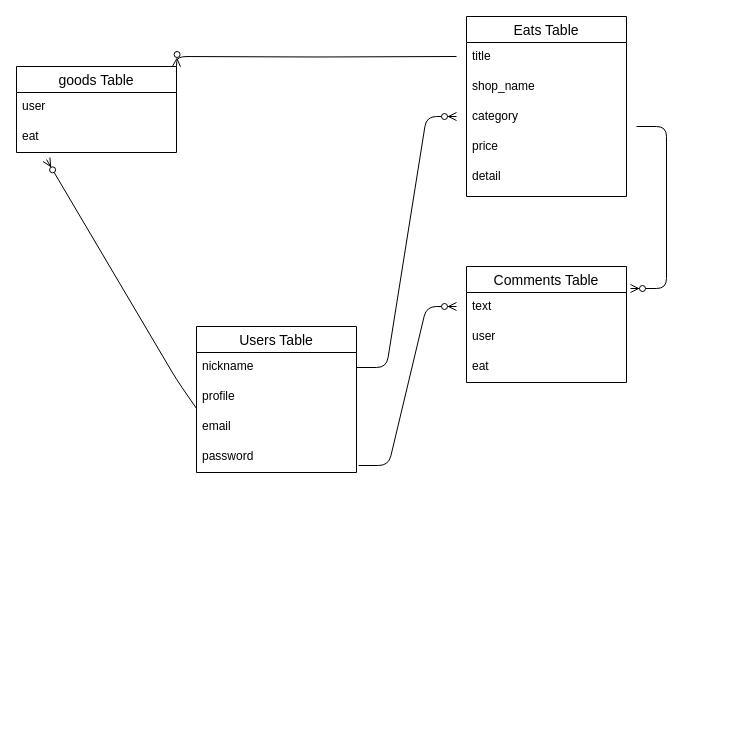
Before: test.dio in takakuga/ginlun-36418, a draw.io diagram. Source tidied: cells renumbered, new cells numbered last; positions are measured from the earlier drawing's top-left corner, leaving out a move shared by most shapes. Both pictures are drawn from the tidied source at 100%, with x=0, y=0 at pixel (16, 16).
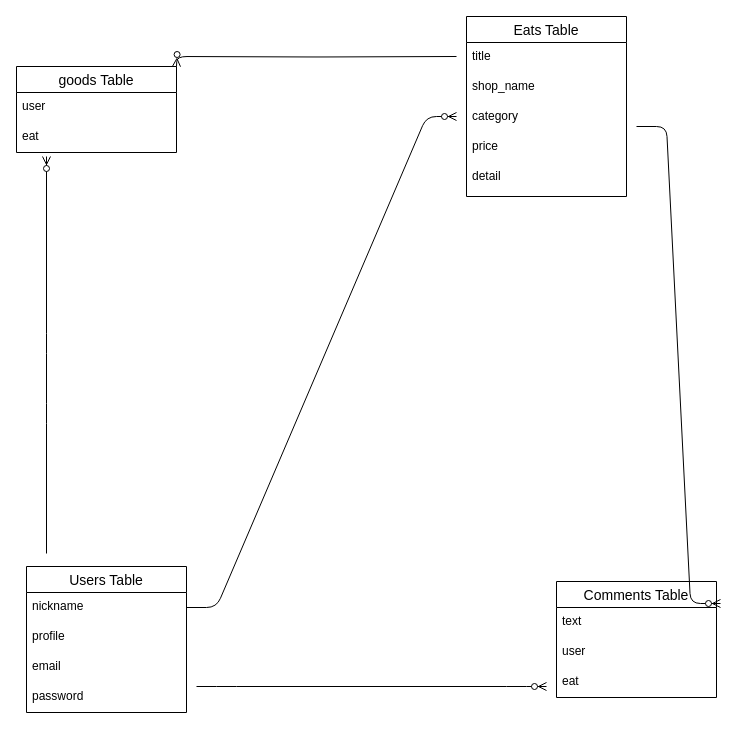
The same page after the edit.

The change refers to these unchanged cells:
```xml
<mxCell id="5" value="email" style="text;strokeColor=none;fillColor=none;spacingLeft=4;spacingRight=4;overflow=hidden;points=[[0,0.5],[1,0.5]];portConstraint=eastwest;fontSize=12;" parent="2" vertex="1">
  <mxGeometry y="86" width="160" height="30" as="geometry" />
</mxCell>
<mxCell id="6" value="password" style="text;strokeColor=none;fillColor=none;spacingLeft=4;spacingRight=4;overflow=hidden;points=[[0,0.5],[1,0.5]];portConstraint=eastwest;fontSize=12;" parent="2" vertex="1">
  <mxGeometry y="116" width="160" height="30" as="geometry" />
</mxCell>
```

Change to the diagram source:
```diff
@@
     <mxCell id="2" value="Users Table" style="swimlane;fontStyle=0;horizontal=1;startSize=26;align=center;fontSize=14;" parent="1" vertex="1">
-      <mxGeometry x="180" y="310" width="160" height="146" as="geometry" />
+      <mxGeometry x="10" y="550" width="160" height="146" as="geometry" />
     </mxCell>
@@
     <mxCell id="13" value="Comments Table" style="swimlane;fontStyle=0;horizontal=1;startSize=26;align=center;fontSize=14;" parent="1" vertex="1">
-      <mxGeometry x="450" y="250" width="160" height="116" as="geometry" />
+      <mxGeometry x="540" y="565" width="160" height="116" as="geometry" />
     </mxCell>
@@
-    <mxCell id="17" style="edgeStyle=entityRelationEdgeStyle;fontSize=12;html=1;endArrow=ERzeroToMany;endFill=1;exitX=1.013;exitY=0.767;exitDx=0;exitDy=0;exitPerimeter=0;" parent="1" edge="1" source="6">
+    <mxCell id="17" style="edgeStyle=entityRelationEdgeStyle;fontSize=12;html=1;endArrow=ERzeroToMany;endFill=1;" parent="1" edge="1">
       <mxGeometry relative="1" as="geometry">
-        <mxPoint x="440" y="290" as="targetPoint" />
+        <mxPoint x="180" y="670" as="sourcePoint" />
+        <mxPoint x="530" y="670" as="targetPoint" />
       </mxGeometry>
     </mxCell>
@@
-    <mxCell id="24" style="fontSize=12;html=1;endArrow=ERzeroToMany;endFill=1;exitX=0;exitY=-0.133;exitDx=0;exitDy=0;exitPerimeter=0;" parent="1" edge="1" source="5">
+    <mxCell id="24" style="fontSize=12;html=1;endArrow=ERzeroToMany;endFill=1;" parent="1" edge="1">
       <mxGeometry relative="1" as="geometry">
-        <mxPoint x="30" y="143" as="targetPoint" />
+        <mxPoint x="30" y="537" as="sourcePoint" />
+        <mxPoint x="30" y="140" as="targetPoint" />
         <Array as="points">
-          <mxPoint x="160" y="363" />
+          <mxPoint x="30" y="397" />
+          <mxPoint x="30" y="327" />
         </Array>
       </mxGeometry>
     </mxCell>
```
